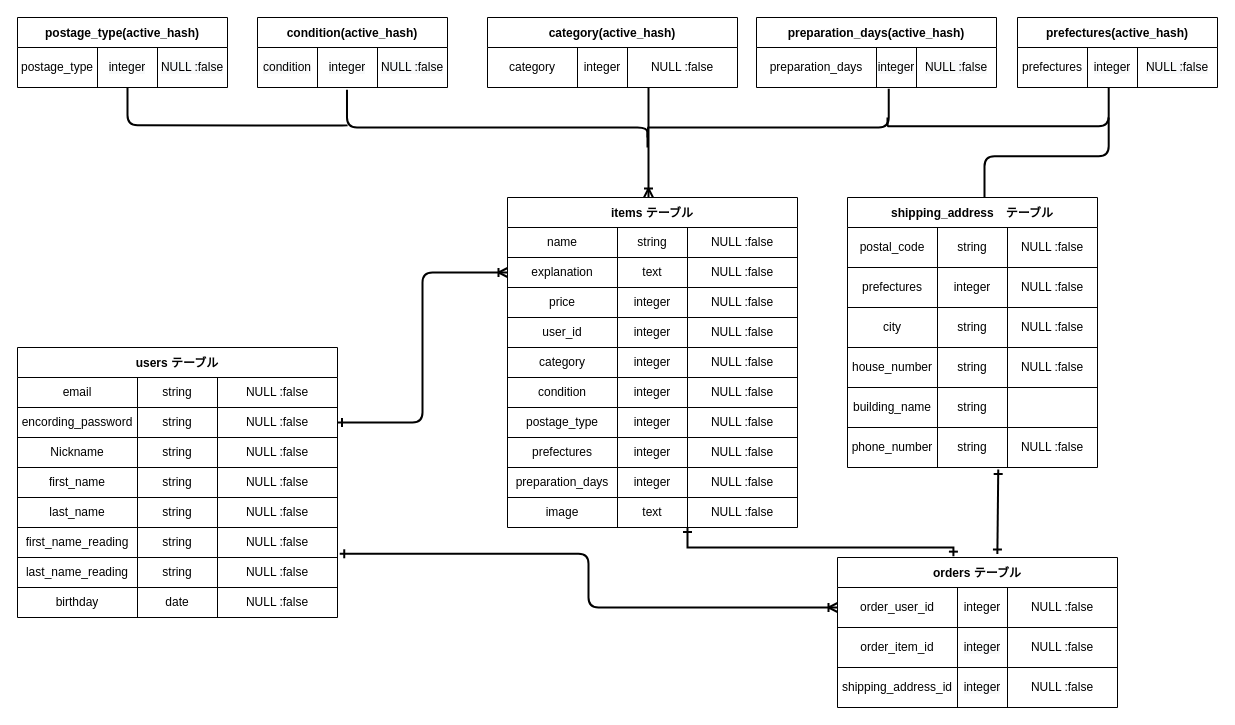
This is furima.dio from kennji0603/furima-38055, a draw.io file, before an edit. Source tidied: cells renumbered, new cells numbered last; positions are measured from the earlier drawing's top-left corner, leaving out a move shared by most shapes. Both pictures are drawn from the tidied source at 100%, with x=0, y=0 at pixel (17, 17).
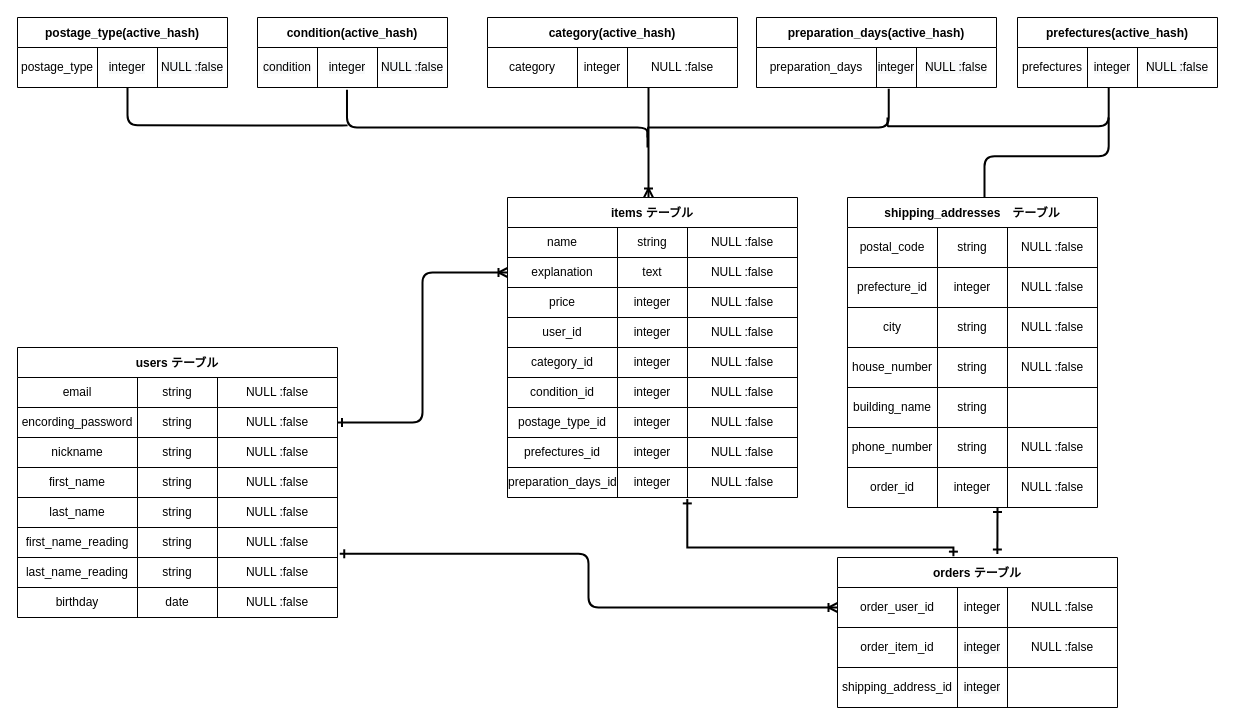
After the change.

Unchanged cells that the change refers to:
```xml
<mxCell id="11" style="shape=partialRectangle;html=1;whiteSpace=wrap;fillColor=none;top=0;left=0;bottom=0;right=0;" parent="2" vertex="1">
  <mxGeometry y="90" width="320" height="30" as="geometry" />
</mxCell>
<mxCell id="52" style="shape=partialRectangle;html=1;whiteSpace=wrap;fillColor=none;top=0;left=0;bottom=0;right=0;" parent="35" vertex="1">
  <mxGeometry y="150" width="290" height="30" as="geometry" />
</mxCell>
<mxCell id="56" style="shape=partialRectangle;html=1;whiteSpace=wrap;fillColor=none;top=0;left=0;bottom=0;right=0;" parent="35" vertex="1">
  <mxGeometry y="180" width="290" height="30" as="geometry" />
</mxCell>
<mxCell id="60" style="shape=partialRectangle;html=1;whiteSpace=wrap;fillColor=none;top=0;left=0;bottom=0;right=0;" parent="35" vertex="1">
  <mxGeometry y="210" width="290" height="30" as="geometry" />
</mxCell>
<mxCell id="64" style="shape=partialRectangle;html=1;whiteSpace=wrap;fillColor=none;top=0;left=0;bottom=0;right=0;" parent="35" vertex="1">
  <mxGeometry y="240" width="290" height="30" as="geometry" />
</mxCell>
<mxCell id="68" style="shape=partialRectangle;html=1;whiteSpace=wrap;fillColor=none;top=0;left=0;bottom=0;right=0;points=[[0,0.5],[1,0.5]];portConstraint=eastwest;" parent="35" vertex="1">
  <mxGeometry y="270" width="290" height="30" as="geometry" />
</mxCell>
<mxCell id="83" value="orders テーブル" style="shape=table;startSize=30;childLayout=tableLayout;fontStyle=1;align=center;fontFamily=Helvetica;fontSize=12;fontColor=default;fillColor=none;" parent="1" vertex="1">
  <mxGeometry x="820" y="540" width="280" height="150" as="geometry" />
</mxCell>
<mxCell id="92" style="shape=partialRectangle;html=1;whiteSpace=wrap;fillColor=none;top=0;left=0;bottom=0;right=0;fontFamily=Helvetica;fontSize=12;fontColor=default;" parent="83" vertex="1">
  <mxGeometry y="110" width="280" height="40" as="geometry" />
</mxCell>
<mxCell id="103" style="shape=partialRectangle;html=1;whiteSpace=wrap;fillColor=none;top=0;left=0;bottom=0;right=0;fontFamily=Helvetica;fontSize=12;fontColor=default;" parent="98" vertex="1">
  <mxGeometry y="70" width="250" height="40" as="geometry" />
</mxCell>
<mxCell id="119" style="shape=partialRectangle;html=1;whiteSpace=wrap;fillColor=none;top=0;left=0;bottom=0;right=0;points=[[0,0.5],[1,0.5]];portConstraint=eastwest;fontFamily=Helvetica;fontSize=12;fontColor=default;" parent="98" vertex="1">
  <mxGeometry y="230" width="250" height="40" as="geometry" />
</mxCell>
```

Diff of the diagram source:
```diff
@@
-    <mxCell id="12" value="Nickname" style="shape=partialRectangle;html=1;whiteSpace=wrap;fillColor=none;top=0;left=0;bottom=0;right=0;overflow=hidden;" parent="11" vertex="1">
+    <mxCell id="12" value="nickname" style="shape=partialRectangle;html=1;whiteSpace=wrap;fillColor=none;top=0;left=0;bottom=0;right=0;overflow=hidden;" parent="11" vertex="1">
       <mxGeometry width="120" height="30" as="geometry" />
     </mxCell>
@@
     <mxCell id="35" value="items テーブル" style="shape=table;startSize=30;childLayout=tableLayout;fontStyle=1;align=center;fillColor=none;" parent="1" vertex="1">
-      <mxGeometry x="490" y="180" width="290" height="330" as="geometry" />
+      <mxGeometry x="490" y="180" width="290" height="300" as="geometry" />
     </mxCell>
@@
-    <mxCell id="53" value="category" style="shape=partialRectangle;html=1;whiteSpace=wrap;fillColor=none;top=0;left=0;bottom=0;right=0;overflow=hidden;" parent="52" vertex="1">
+    <mxCell id="53" value="category_id" style="shape=partialRectangle;html=1;whiteSpace=wrap;fillColor=none;top=0;left=0;bottom=0;right=0;overflow=hidden;" parent="52" vertex="1">
       <mxGeometry width="110" height="30" as="geometry" />
     </mxCell>
@@
-    <mxCell id="57" value="&lt;span style=&quot;font-family: &amp;#34;helvetica&amp;#34;&quot;&gt;condition&lt;/span&gt;" style="shape=partialRectangle;html=1;whiteSpace=wrap;fillColor=none;top=0;left=0;bottom=0;right=0;overflow=hidden;" parent="56" vertex="1">
+    <mxCell id="57" value="&lt;span style=&quot;font-family: &amp;#34;helvetica&amp;#34;&quot;&gt;condition_id&lt;/span&gt;" style="shape=partialRectangle;html=1;whiteSpace=wrap;fillColor=none;top=0;left=0;bottom=0;right=0;overflow=hidden;" parent="56" vertex="1">
       <mxGeometry width="110" height="30" as="geometry" />
     </mxCell>
@@
-    <mxCell id="61" value="&lt;span style=&quot;font-family: &amp;#34;helvetica&amp;#34;&quot;&gt;postage_type&lt;/span&gt;" style="shape=partialRectangle;html=1;whiteSpace=wrap;fillColor=none;top=0;left=0;bottom=0;right=0;overflow=hidden;" parent="60" vertex="1">
+    <mxCell id="61" value="&lt;span style=&quot;font-family: &amp;#34;helvetica&amp;#34;&quot;&gt;postage_type_id&lt;/span&gt;" style="shape=partialRectangle;html=1;whiteSpace=wrap;fillColor=none;top=0;left=0;bottom=0;right=0;overflow=hidden;" parent="60" vertex="1">
       <mxGeometry width="110" height="30" as="geometry" />
     </mxCell>
@@
-    <mxCell id="65" value="&lt;span style=&quot;font-family: &amp;#34;helvetica&amp;#34;&quot;&gt;prefectures&lt;/span&gt;" style="shape=partialRectangle;html=1;whiteSpace=wrap;fillColor=none;top=0;left=0;bottom=0;right=0;overflow=hidden;" parent="64" vertex="1">
+    <mxCell id="65" value="&lt;span style=&quot;font-family: &amp;#34;helvetica&amp;#34;&quot;&gt;prefectures_id&lt;/span&gt;" style="shape=partialRectangle;html=1;whiteSpace=wrap;fillColor=none;top=0;left=0;bottom=0;right=0;overflow=hidden;" parent="64" vertex="1">
       <mxGeometry width="110" height="30" as="geometry" />
     </mxCell>
@@
-    <mxCell id="69" value="preparation_days" style="shape=partialRectangle;html=1;whiteSpace=wrap;fillColor=none;top=0;left=0;bottom=0;right=0;overflow=hidden;" parent="68" vertex="1">
+    <mxCell id="69" value="preparation_days_id" style="shape=partialRectangle;html=1;whiteSpace=wrap;fillColor=none;top=0;left=0;bottom=0;right=0;overflow=hidden;" parent="68" vertex="1">
       <mxGeometry width="110" height="30" as="geometry" />
     </mxCell>
@@
-    <mxCell id="72" style="shape=partialRectangle;html=1;whiteSpace=wrap;fillColor=none;top=0;left=0;bottom=0;right=0;" parent="35" vertex="1">
-      <mxGeometry y="300" width="290" height="30" as="geometry" />
-    </mxCell>
-    <mxCell id="73" value="image" style="shape=partialRectangle;html=1;whiteSpace=wrap;fillColor=none;top=0;left=0;bottom=0;right=0;overflow=hidden;" parent="72" vertex="1">
-      <mxGeometry width="110" height="30" as="geometry" />
-    </mxCell>
-    <mxCell id="74" value="text" style="shape=partialRectangle;html=1;whiteSpace=wrap;fillColor=none;top=0;left=0;bottom=0;right=0;overflow=hidden;" parent="72" vertex="1">
-      <mxGeometry x="110" width="70" height="30" as="geometry" />
-    </mxCell>
-    <mxCell id="75" value="NULL :false" style="shape=partialRectangle;html=1;whiteSpace=wrap;fillColor=none;top=0;left=0;bottom=0;right=0;overflow=hidden;" parent="72" vertex="1">
-      <mxGeometry x="180" width="110" height="30" as="geometry" />
-    </mxCell>
@@
-    <mxCell id="95" value="&lt;span&gt;NULL :false&lt;/span&gt;" style="shape=partialRectangle;html=1;whiteSpace=wrap;fillColor=none;top=0;left=0;bottom=0;right=0;overflow=hidden;fontFamily=Helvetica;fontSize=12;fontColor=default;" parent="92" vertex="1">
+    <mxCell id="95" style="shape=partialRectangle;html=1;whiteSpace=wrap;fillColor=none;top=0;left=0;bottom=0;right=0;overflow=hidden;fontFamily=Helvetica;fontSize=12;fontColor=default;" parent="92" vertex="1">
       <mxGeometry x="170" width="110" height="40" as="geometry" />
     </mxCell>
@@
-    <mxCell id="97" style="endArrow=ERone;html=1;rounded=0;labelBackgroundColor=default;fontFamily=Helvetica;fontSize=12;fontColor=default;startSize=6;strokeColor=default;strokeWidth=2;shape=connector;jumpStyle=line;endFill=0;startArrow=ERone;startFill=0;edgeStyle=elbowEdgeStyle;elbow=vertical;entryX=0.414;entryY=-0.009;entryDx=0;entryDy=0;entryPerimeter=0;" parent="1" edge="1" target="83">
+    <mxCell id="97" style="endArrow=ERone;html=1;rounded=0;labelBackgroundColor=default;fontFamily=Helvetica;fontSize=12;fontColor=default;startSize=6;strokeColor=default;strokeWidth=2;shape=connector;jumpStyle=line;endFill=0;startArrow=ERone;startFill=0;edgeStyle=elbowEdgeStyle;elbow=vertical;entryX=0.414;entryY=-0.009;entryDx=0;entryDy=0;entryPerimeter=0;exitX=0.62;exitY=1.047;exitDx=0;exitDy=0;exitPerimeter=0;" parent="1" edge="1" source="68" target="83">
       <mxGeometry relative="1" as="geometry">
-        <mxPoint x="670" y="510" as="sourcePoint" />
         <Array as="points">
           <mxPoint x="800" y="530" />
         </Array>
       </mxGeometry>
     </mxCell>
-    <mxCell id="98" value="shipping_address　テーブル" style="shape=table;startSize=30;childLayout=tableLayout;fontStyle=1;align=center;fontFamily=Helvetica;fontSize=12;fontColor=default;fillColor=none;" parent="1" vertex="1">
-      <mxGeometry x="830" y="180" width="250" height="270" as="geometry" />
+    <mxCell id="98" value="shipping_addresses　テーブル" style="shape=table;startSize=30;childLayout=tableLayout;fontStyle=1;align=center;fontFamily=Helvetica;fontSize=12;fontColor=default;fillColor=none;" parent="1" vertex="1">
+      <mxGeometry x="830" y="180" width="250" height="310" as="geometry" />
     </mxCell>
@@
-    <mxCell id="104" value="prefectures" style="shape=partialRectangle;html=1;whiteSpace=wrap;fillColor=none;top=0;left=0;bottom=0;right=0;overflow=hidden;fontFamily=Helvetica;fontSize=12;fontColor=default;" parent="103" vertex="1">
+    <mxCell id="104" value="prefecture_id" style="shape=partialRectangle;html=1;whiteSpace=wrap;fillColor=none;top=0;left=0;bottom=0;right=0;overflow=hidden;fontFamily=Helvetica;fontSize=12;fontColor=default;" parent="103" vertex="1">
       <mxGeometry width="90" height="40" as="geometry" />
     </mxCell>
@@
+    <mxCell id="149" style="shape=partialRectangle;html=1;whiteSpace=wrap;fillColor=none;top=0;left=0;bottom=0;right=0;fontFamily=Helvetica;fontSize=12;fontColor=default;" parent="98" vertex="1">
+      <mxGeometry y="270" width="250" height="40" as="geometry" />
+    </mxCell>
+    <mxCell id="150" value="order_id" style="shape=partialRectangle;html=1;whiteSpace=wrap;fillColor=none;top=0;left=0;bottom=0;right=0;overflow=hidden;fontFamily=Helvetica;fontSize=12;fontColor=default;" parent="149" vertex="1">
+      <mxGeometry width="90" height="40" as="geometry" />
+    </mxCell>
+    <mxCell id="151" value="integer" style="shape=partialRectangle;html=1;whiteSpace=wrap;fillColor=none;top=0;left=0;bottom=0;right=0;overflow=hidden;fontFamily=Helvetica;fontSize=12;fontColor=default;" parent="149" vertex="1">
+      <mxGeometry x="90" width="70" height="40" as="geometry" />
+    </mxCell>
+    <mxCell id="75" value="&lt;span&gt;NULL :false&lt;/span&gt;" style="shape=partialRectangle;html=1;whiteSpace=wrap;fillColor=none;top=0;left=0;bottom=0;right=0;overflow=hidden;fontFamily=Helvetica;fontSize=12;fontColor=default;" parent="149" vertex="1">
+      <mxGeometry x="160" width="90" height="40" as="geometry" />
+    </mxCell>
@@
-    <mxCell id="148" style="shape=connector;rounded=1;jumpStyle=line;html=1;entryX=0.571;entryY=-0.023;entryDx=0;entryDy=0;entryPerimeter=0;labelBackgroundColor=default;fontFamily=Helvetica;fontSize=12;fontColor=default;startArrow=ERone;startFill=0;endArrow=ERone;endFill=0;startSize=6;strokeColor=default;strokeWidth=2;exitX=0.603;exitY=1.05;exitDx=0;exitDy=0;exitPerimeter=0;" parent="1" edge="1" source="119" target="83">
-      <mxGeometry relative="1" as="geometry" />
+    <mxCell id="148" style="shape=connector;rounded=1;jumpStyle=line;html=1;entryX=0.571;entryY=-0.023;entryDx=0;entryDy=0;entryPerimeter=0;labelBackgroundColor=default;fontFamily=Helvetica;fontSize=12;fontColor=default;startArrow=ERone;startFill=0;endArrow=ERone;endFill=0;startSize=6;strokeColor=default;strokeWidth=2;" parent="1" edge="1" target="83">
+      <mxGeometry relative="1" as="geometry">
+        <mxPoint x="980" y="490" as="sourcePoint" />
+      </mxGeometry>
     </mxCell>
```
